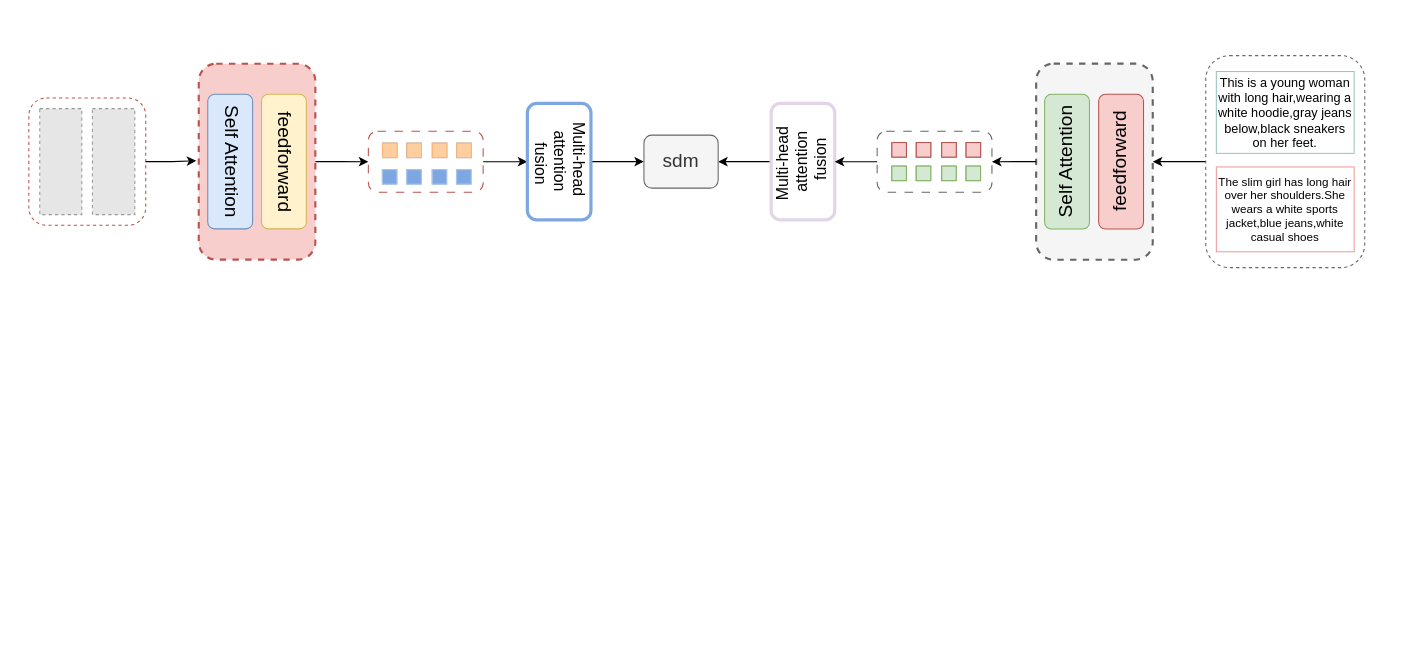
This is 11.21mulview.drawio from CZYdeGithub/drawio, a draw.io file, before an edit. Source tidied: cells renumbered, new cells numbered last; positions are measured from the earlier drawing's top-left corner, leaving out a move shared by most shapes. Both pictures are drawn from the tidied source at 106%, with x=0, y=0 at pixel (29, 45). Pictures stored in the file or linked from it are replaced by grey dashed boxes.
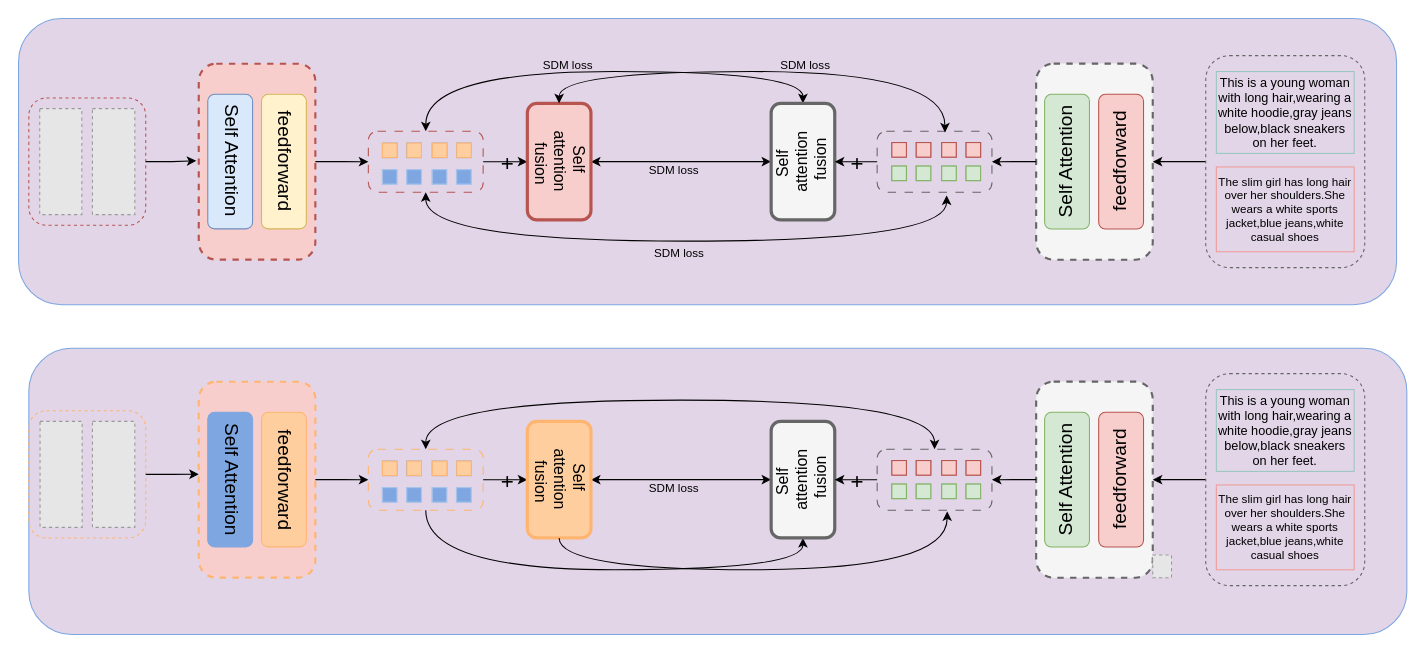
The same page after the edit.

The change refers to these unchanged cells:
```xml
<mxCell id="2" style="edgeStyle=orthogonalEdgeStyle;rounded=0;jettySize=auto;html=1;exitX=1;exitY=0.5;exitDx=0;exitDy=0;entryX=1;entryY=0.5;entryDx=0;entryDy=0;" parent="1" edge="1" source="3" target="7">
  <mxGeometry relative="1" as="geometry" />
</mxCell>
<mxCell id="3" style="rounded=1;whiteSpace=wrap;html=1;fillColor=none;strokeColor=#b85450;dashed=1;dashPattern=8 8;" parent="1" vertex="1">
  <mxGeometry x="320" y="81.3" width="108.3" height="57.5" as="geometry" />
</mxCell>
<mxCell id="42" style="edgeStyle=orthogonalEdgeStyle;rounded=0;jettySize=auto;html=1;exitX=0;exitY=0.5;exitDx=0;exitDy=0;entryX=0;entryY=0.5;entryDx=0;entryDy=0;" parent="1" edge="1" source="43" target="9">
  <mxGeometry relative="1" as="geometry" />
</mxCell>
<mxCell id="43" style="rounded=1;whiteSpace=wrap;html=1;fillColor=none;strokeColor=#666666;dashed=1;dashPattern=8 8;" parent="1" vertex="1">
  <mxGeometry x="800" y="81.3" width="108.3" height="57.5" as="geometry" />
</mxCell>
```

The edit, as a diff of the source:
```diff
@@
+    <mxCell id="62" style="rounded=1;whiteSpace=wrap;html=1;fillColor=#E1D5E7;strokeColor=#7EA6E0;" parent="1" vertex="1">
+      <mxGeometry x="-10" y="-25" width="1300" height="270" as="geometry" />
+    </mxCell>
@@
+    <mxCell id="63" value="+" style="edgeLabel;html=1;align=center;verticalAlign=middle;fontSize=21;labelBackgroundColor=none;" parent="2" vertex="1">
+      <mxGeometry x="0.07" y="-2" relative="1" as="geometry">
+        <mxPoint y="-2" as="offset" />
+      </mxGeometry>
+    </mxCell>
+    <mxCell id="64" style="edgeStyle=orthogonalEdgeStyle;rounded=0;jettySize=auto;html=1;exitX=0.5;exitY=0;exitDx=0;exitDy=0;entryX=0.5;entryY=1;entryDx=0;entryDy=0;curved=1;startArrow=classic;startFill=1;" parent="1" edge="1" source="3" target="9">
+      <mxGeometry relative="1" as="geometry">
+        <Array as="points">
+          <mxPoint x="374" y="25" />
+          <mxPoint x="730" y="25" />
+        </Array>
+      </mxGeometry>
+    </mxCell>
+    <mxCell id="65" value="SDM loss" style="edgeLabel;html=1;align=center;verticalAlign=middle;labelBackgroundColor=none;" parent="64" vertex="1">
+      <mxGeometry x="-0.14" relative="1" as="geometry">
+        <mxPoint y="-7" as="offset" />
+      </mxGeometry>
+    </mxCell>
@@
-    <mxCell id="6" style="edgeStyle=orthogonalEdgeStyle;rounded=0;jettySize=auto;html=1;exitX=0;exitY=0.5;exitDx=0;exitDy=0;entryX=0;entryY=0.5;entryDx=0;entryDy=0;" parent="1" edge="1" source="7" target="10">
-      <mxGeometry relative="1" as="geometry" />
-    </mxCell>
+    <mxCell id="66" style="edgeStyle=orthogonalEdgeStyle;rounded=0;jettySize=auto;html=1;exitX=0;exitY=0.5;exitDx=0;exitDy=0;entryX=1;entryY=0.5;entryDx=0;entryDy=0;startArrow=classic;startFill=1;" parent="1" edge="1" source="7" target="9">
+      <mxGeometry relative="1" as="geometry" />
+    </mxCell>
+    <mxCell id="67" value="SDM loss" style="edgeLabel;html=1;align=center;verticalAlign=middle;labelBackgroundColor=none;" parent="66" vertex="1">
+      <mxGeometry x="-0.1" y="-1" relative="1" as="geometry">
+        <mxPoint y="6" as="offset" />
+      </mxGeometry>
+    </mxCell>
-    <mxCell id="7" value="Multi-head&amp;nbsp;&lt;div style=&quot;font-size: 15px;&quot;&gt;attention&lt;/div&gt;&lt;div style=&quot;font-size: 15px;&quot;&gt;&amp;nbsp;fusion&lt;/div&gt;" style="rounded=1;whiteSpace=wrap;html=1;direction=west;textDirection=vertical-rl;fontSize=15;strokeColor=#7EA6E0;strokeWidth=3;" parent="1" vertex="1">
+    <mxCell id="7" value="Self&amp;nbsp;&lt;div style=&quot;font-size: 15px;&quot;&gt;attention&lt;/div&gt;&lt;div style=&quot;font-size: 15px;&quot;&gt;&amp;nbsp;fusion&lt;/div&gt;" style="rounded=1;whiteSpace=wrap;html=1;direction=west;textDirection=vertical-rl;fontSize=15;strokeColor=#b85450;strokeWidth=3;fillColor=#f8cecc;" parent="1" vertex="1">
       <mxGeometry x="470" y="55" width="60" height="110" as="geometry" />
     </mxCell>
-    <mxCell id="8" style="edgeStyle=orthogonalEdgeStyle;rounded=0;jettySize=auto;html=1;exitX=1;exitY=0.5;exitDx=0;exitDy=0;entryX=1;entryY=0.5;entryDx=0;entryDy=0;" parent="1" edge="1" source="9" target="10">
-      <mxGeometry relative="1" as="geometry" />
-    </mxCell>
-    <mxCell id="9" value="Multi-head&amp;nbsp;&lt;div style=&quot;font-size: 15px;&quot;&gt;attention&lt;/div&gt;&lt;div style=&quot;font-size: 15px;&quot;&gt;&amp;nbsp;fusion&lt;/div&gt;" style="rounded=1;whiteSpace=wrap;html=1;direction=east;textDirection=vertical-rl;fontSize=15;strokeColor=#E1D5E7;flipV=1;flipH=1;rotation=-180;strokeWidth=3;" parent="1" vertex="1">
+    <mxCell id="9" value="Self&amp;nbsp;&lt;div style=&quot;font-size: 15px;&quot;&gt;attention&lt;/div&gt;&lt;div style=&quot;font-size: 15px;&quot;&gt;&amp;nbsp;fusion&lt;/div&gt;" style="rounded=1;whiteSpace=wrap;html=1;direction=east;textDirection=vertical-rl;fontSize=15;strokeColor=#666666;flipV=1;flipH=1;rotation=-180;strokeWidth=3;fillColor=#f5f5f5;" parent="1" vertex="1">
       <mxGeometry x="700" y="55" width="60" height="110" as="geometry" />
     </mxCell>
-    <mxCell id="10" value="sdm" style="rounded=1;whiteSpace=wrap;html=1;fillColor=#f5f5f5;fontColor=#333333;strokeColor=#666666;strokeWidth=1;align=center;verticalAlign=middle;fontFamily=Helvetica;fontSize=18;" parent="1" vertex="1">
-      <mxGeometry x="580" y="85" width="70" height="50" as="geometry" />
-    </mxCell>
@@
+    <mxCell id="68" value="+" style="edgeLabel;html=1;align=center;verticalAlign=middle;fontSize=21;labelBackgroundColor=none;" parent="42" vertex="1">
+      <mxGeometry x="0.1" relative="1" as="geometry">
+        <mxPoint x="2" as="offset" />
+      </mxGeometry>
+    </mxCell>
@@
+    <mxCell id="69" style="edgeStyle=orthogonalEdgeStyle;rounded=0;jettySize=auto;html=1;exitX=0.5;exitY=1;exitDx=0;exitDy=0;entryX=0.605;entryY=1.053;entryDx=0;entryDy=0;entryPerimeter=0;curved=1;startArrow=classic;startFill=1;" parent="1" edge="1" source="3" target="43">
+      <mxGeometry relative="1" as="geometry">
+        <Array as="points">
+          <mxPoint x="374" y="185" />
+          <mxPoint x="866" y="185" />
+        </Array>
+      </mxGeometry>
+    </mxCell>
+    <mxCell id="70" value="SDM loss" style="edgeLabel;html=1;align=center;verticalAlign=middle;labelBackgroundColor=none;" parent="69" vertex="1">
+      <mxGeometry x="-0.02" y="-2" relative="1" as="geometry">
+        <mxPoint y="8" as="offset" />
+      </mxGeometry>
+    </mxCell>
+    <mxCell id="71" style="edgeStyle=orthogonalEdgeStyle;rounded=0;jettySize=auto;html=1;exitX=0.5;exitY=1;exitDx=0;exitDy=0;entryX=0.591;entryY=0.019;entryDx=0;entryDy=0;entryPerimeter=0;curved=1;startArrow=classic;startFill=1;" parent="1" edge="1" source="7" target="43">
+      <mxGeometry relative="1" as="geometry">
+        <Array as="points">
+          <mxPoint x="500" y="25" />
+          <mxPoint x="864" y="25" />
+        </Array>
+      </mxGeometry>
+    </mxCell>
+    <mxCell id="72" value="SDM loss" style="edgeLabel;html=1;align=center;verticalAlign=middle;labelBackgroundColor=none;" parent="71" vertex="1">
+      <mxGeometry x="0.13" y="-3" relative="1" as="geometry">
+        <mxPoint x="6" y="-10" as="offset" />
+      </mxGeometry>
+    </mxCell>
+    <mxCell id="73" style="rounded=1;whiteSpace=wrap;html=1;fillColor=#E1D5E7;strokeColor=#7EA6E0;" parent="1" vertex="1">
+      <mxGeometry x="-0.3" y="286.1" width="1300" height="270" as="geometry" />
+    </mxCell>
+    <mxCell id="74" style="edgeStyle=orthogonalEdgeStyle;rounded=0;jettySize=auto;html=1;exitX=1;exitY=0.5;exitDx=0;exitDy=0;entryX=1;entryY=0.5;entryDx=0;entryDy=0;" parent="1" edge="1" source="78" target="83">
+      <mxGeometry relative="1" as="geometry" />
+    </mxCell>
+    <mxCell id="75" value="+" style="edgeLabel;html=1;align=center;verticalAlign=middle;fontSize=21;labelBackgroundColor=none;" parent="74" vertex="1">
+      <mxGeometry x="0.07" y="-2" relative="1" as="geometry">
+        <mxPoint y="-2" as="offset" />
+      </mxGeometry>
+    </mxCell>
+    <mxCell id="76" style="edgeStyle=orthogonalEdgeStyle;rounded=0;jettySize=auto;html=1;exitX=0.5;exitY=0;exitDx=0;exitDy=0;entryX=0.5;entryY=0;entryDx=0;entryDy=0;curved=1;startArrow=classic;startFill=1;" parent="1" edge="1" source="78" target="113">
+      <mxGeometry relative="1" as="geometry">
+        <Array as="points">
+          <mxPoint x="374" y="335" />
+          <mxPoint x="854" y="335" />
+        </Array>
+      </mxGeometry>
+    </mxCell>
+    <mxCell id="77" style="edgeStyle=orthogonalEdgeStyle;rounded=0;jettySize=auto;html=1;exitX=0.5;exitY=1;exitDx=0;exitDy=0;entryX=0.5;entryY=0;entryDx=0;entryDy=0;curved=1;" parent="1" edge="1" source="78" target="84">
+      <mxGeometry relative="1" as="geometry">
+        <Array as="points">
+          <mxPoint x="374" y="495" />
+          <mxPoint x="730" y="495" />
+        </Array>
+      </mxGeometry>
+    </mxCell>
+    <mxCell id="78" style="rounded=1;whiteSpace=wrap;html=1;fillColor=none;strokeColor=#FFB570;dashed=1;dashPattern=8 8;" parent="1" vertex="1">
+      <mxGeometry x="320" y="381.3" width="108.3" height="57.5" as="geometry" />
+    </mxCell>
+    <mxCell id="79" style="edgeStyle=orthogonalEdgeStyle;rounded=0;jettySize=auto;html=1;exitX=0;exitY=0.5;exitDx=0;exitDy=0;entryX=1;entryY=0.5;entryDx=0;entryDy=0;" parent="1" edge="1" source="80" target="90">
+      <mxGeometry relative="1" as="geometry" />
+    </mxCell>
+    <mxCell id="80" style="rounded=1;whiteSpace=wrap;html=1;fillColor=none;strokeColor=#666666;dashed=1;" parent="1" vertex="1">
+      <mxGeometry x="1110" y="310" width="150" height="200" as="geometry" />
+    </mxCell>
+    <mxCell id="81" style="edgeStyle=orthogonalEdgeStyle;rounded=0;jettySize=auto;html=1;exitX=0;exitY=0.5;exitDx=0;exitDy=0;entryX=1;entryY=0.5;entryDx=0;entryDy=0;startArrow=classic;startFill=1;" parent="1" edge="1" source="83" target="84">
+      <mxGeometry relative="1" as="geometry" />
+    </mxCell>
+    <mxCell id="82" value="SDM loss" style="edgeLabel;html=1;align=center;verticalAlign=middle;labelBackgroundColor=none;" parent="81" vertex="1">
+      <mxGeometry x="-0.1" y="-1" relative="1" as="geometry">
+        <mxPoint y="6" as="offset" />
+      </mxGeometry>
+    </mxCell>
+    <mxCell id="83" value="Self&amp;nbsp;&lt;div style=&quot;font-size: 15px;&quot;&gt;attention&lt;/div&gt;&lt;div style=&quot;font-size: 15px;&quot;&gt;&amp;nbsp;fusion&lt;/div&gt;" style="rounded=1;whiteSpace=wrap;html=1;direction=west;textDirection=vertical-rl;fontSize=15;strokeColor=#FFB570;strokeWidth=3;fillColor=#ffce9f;" parent="1" vertex="1">
+      <mxGeometry x="470" y="355" width="60" height="110" as="geometry" />
+    </mxCell>
+    <mxCell id="84" value="Self&amp;nbsp;&lt;div style=&quot;font-size: 15px;&quot;&gt;attention&lt;/div&gt;&lt;div style=&quot;font-size: 15px;&quot;&gt;&amp;nbsp;fusion&lt;/div&gt;" style="rounded=1;whiteSpace=wrap;html=1;direction=east;textDirection=vertical-rl;fontSize=15;strokeColor=#666666;flipV=1;flipH=1;rotation=-180;strokeWidth=3;fillColor=#f5f5f5;" parent="1" vertex="1">
+      <mxGeometry x="700" y="355" width="60" height="110" as="geometry" />
+    </mxCell>
+    <mxCell id="85" style="group;" parent="1" vertex="1">
+      <mxGeometry x="160" y="300" width="110" height="220" as="geometry" />
+    </mxCell>
+    <mxCell id="86" style="rounded=1;whiteSpace=wrap;html=1;fillColor=#f8cecc;strokeColor=#FFB570;dashed=1;strokeWidth=2;" parent="85" vertex="1">
+      <mxGeometry y="17.6" width="110" height="184.8" as="geometry" />
+    </mxCell>
+    <mxCell id="87" value="Self Attention" style="rounded=1;whiteSpace=wrap;html=1;textDirection=vertical-lr;fontSize=18;fillColor=#7ea6e0;strokeColor=#7ea6e0;" parent="85" vertex="1">
+      <mxGeometry x="8.5" y="46.5" width="42.3" height="126.9" as="geometry" />
+    </mxCell>
+    <mxCell id="88" value="feedforward" style="rounded=1;whiteSpace=wrap;html=1;textDirection=vertical-lr;fontSize=18;fillColor=#ffce9f;strokeColor=#ffb570;" parent="85" vertex="1">
+      <mxGeometry x="59.2" y="46.5" width="42.3" height="126.9" as="geometry" />
+    </mxCell>
+    <mxCell id="89" style="group;rotation=-180;" parent="1" vertex="1">
+      <mxGeometry x="950" y="317.5" width="110" height="185" as="geometry" />
+    </mxCell>
+    <mxCell id="90" style="rounded=1;whiteSpace=wrap;html=1;fillColor=#f5f5f5;strokeColor=#666666;dashed=1;strokeWidth=2;direction=west;fontColor=#333333;rotation=-180;" parent="89" vertex="1">
+      <mxGeometry width="110" height="185" as="geometry" />
+    </mxCell>
+    <mxCell id="91" value="Self Attention" style="rounded=1;whiteSpace=wrap;html=1;textDirection=vertical-lr;fontSize=18;fillColor=#d5e8d4;strokeColor=#82b366;rotation=-180;" parent="89" vertex="1">
+      <mxGeometry x="8" y="29" width="42.3" height="127.1" as="geometry" />
+    </mxCell>
+    <mxCell id="92" value="feedforward" style="rounded=1;whiteSpace=wrap;html=1;textDirection=vertical-rl;fontSize=18;fillColor=#f8cecc;strokeColor=#b85450;rotation=-180;" parent="89" vertex="1">
+      <mxGeometry x="59" y="29" width="42.3" height="127.1" as="geometry" />
+    </mxCell>
+    <mxCell id="93" value="This is a young woman with long hair,wearing a white hoodie,gray jeans below,black sneakers on her feet." style="text;html=1;align=center;verticalAlign=middle;whiteSpace=wrap;rounded=0;strokeColor=#9AC7BF;fontSize=12;direction=south;" parent="1" vertex="1">
+      <mxGeometry x="1120" y="325" width="130" height="77.2" as="geometry" />
+    </mxCell>
+    <mxCell id="94" value="The slim girl has long hair over her shoulders.She wears a white sports jacket,blue jeans,white casual shoes" style="text;html=1;align=center;verticalAlign=middle;whiteSpace=wrap;rounded=0;strokeColor=#F19C99;fontSize=11;direction=south;" parent="1" vertex="1">
+      <mxGeometry x="1120" y="415" width="130" height="80" as="geometry" />
+    </mxCell>
+    <mxCell id="95" style="whiteSpace=wrap;html=1;direction=west;fillColor=#dae8fc;strokeColor=#7EA6E0;" parent="1" vertex="1">
+      <mxGeometry x="356.3" y="392.5" width="13.7" height="13.7" as="geometry" />
+    </mxCell>
+    <mxCell id="96" style="whiteSpace=wrap;html=1;direction=west;fillColor=#dae8fc;strokeColor=#7EA6E0;" parent="1" vertex="1">
+      <mxGeometry x="333.3" y="392.5" width="13.7" height="13.7" as="geometry" />
+    </mxCell>
+    <mxCell id="97" style="whiteSpace=wrap;html=1;direction=west;fillColor=#dae8fc;strokeColor=#7EA6E0;" parent="1" vertex="1">
+      <mxGeometry x="380.3" y="392.5" width="13.7" height="13.7" as="geometry" />
+    </mxCell>
+    <mxCell id="98" style="whiteSpace=wrap;html=1;direction=west;fillColor=#dae8fc;strokeColor=#7EA6E0;" parent="1" vertex="1">
+      <mxGeometry x="403.3" y="392.5" width="13.7" height="13.7" as="geometry" />
+    </mxCell>
+    <mxCell id="99" style="whiteSpace=wrap;html=1;direction=west;fillColor=#FFCE9F;strokeColor=#FFB570;" parent="1" vertex="1">
+      <mxGeometry x="333.4" y="392.5" width="13.7" height="13.7" as="geometry" />
+    </mxCell>
+    <mxCell id="100" style="whiteSpace=wrap;html=1;direction=west;fillColor=#FFCE9F;strokeColor=#FFB570;" parent="1" vertex="1">
+      <mxGeometry x="380.4" y="392.5" width="13.7" height="13.7" as="geometry" />
+    </mxCell>
+    <mxCell id="101" style="whiteSpace=wrap;html=1;direction=west;fillColor=#FFCE9F;strokeColor=#FFB570;" parent="1" vertex="1">
+      <mxGeometry x="356.4" y="392.5" width="13.7" height="13.7" as="geometry" />
+    </mxCell>
+    <mxCell id="102" style="whiteSpace=wrap;html=1;direction=west;fillColor=#FFCE9F;strokeColor=#FFB570;" parent="1" vertex="1">
+      <mxGeometry x="403.4" y="392.5" width="13.7" height="13.7" as="geometry" />
+    </mxCell>
+    <mxCell id="103" style="whiteSpace=wrap;html=1;direction=west;fillColor=#7EA6E0;strokeColor=#A9C4EB;" parent="1" vertex="1">
+      <mxGeometry x="356.1" y="417.5" width="13.7" height="13.7" as="geometry" />
+    </mxCell>
+    <mxCell id="104" style="whiteSpace=wrap;html=1;direction=west;fillColor=#7EA6E0;strokeColor=#A9C4EB;" parent="1" vertex="1">
+      <mxGeometry x="333.1" y="417.5" width="13.7" height="13.7" as="geometry" />
+    </mxCell>
+    <mxCell id="105" style="whiteSpace=wrap;html=1;direction=west;fillColor=#7EA6E0;strokeColor=#A9C4EB;" parent="1" vertex="1">
+      <mxGeometry x="380.1" y="417.5" width="13.7" height="13.7" as="geometry" />
+    </mxCell>
+    <mxCell id="106" style="whiteSpace=wrap;html=1;direction=west;fillColor=#7EA6E0;strokeColor=#A9C4EB;" parent="1" vertex="1">
+      <mxGeometry x="403.1" y="417.5" width="13.7" height="13.7" as="geometry" />
+    </mxCell>
+    <mxCell id="107" style="whiteSpace=wrap;html=1;direction=west;fillColor=#7EA6E0;strokeColor=#A9C4EB;" parent="1" vertex="1">
+      <mxGeometry x="333.3" y="417.5" width="13.7" height="13.7" as="geometry" />
+    </mxCell>
+    <mxCell id="108" style="whiteSpace=wrap;html=1;direction=west;fillColor=#7EA6E0;strokeColor=#A9C4EB;" parent="1" vertex="1">
+      <mxGeometry x="380.3" y="417.5" width="13.7" height="13.7" as="geometry" />
+    </mxCell>
+    <mxCell id="109" style="whiteSpace=wrap;html=1;direction=west;fillColor=#7EA6E0;strokeColor=#A9C4EB;" parent="1" vertex="1">
+      <mxGeometry x="356.3" y="417.5" width="13.7" height="13.7" as="geometry" />
+    </mxCell>
+    <mxCell id="110" style="whiteSpace=wrap;html=1;direction=west;fillColor=#7EA6E0;strokeColor=#A9C4EB;" parent="1" vertex="1">
+      <mxGeometry x="403.3" y="417.5" width="13.7" height="13.7" as="geometry" />
+    </mxCell>
+    <mxCell id="111" style="edgeStyle=orthogonalEdgeStyle;rounded=0;jettySize=auto;html=1;exitX=0;exitY=0.5;exitDx=0;exitDy=0;entryX=0;entryY=0.5;entryDx=0;entryDy=0;" parent="1" edge="1" source="113" target="84">
+      <mxGeometry relative="1" as="geometry" />
+    </mxCell>
+    <mxCell id="112" value="+" style="edgeLabel;html=1;align=center;verticalAlign=middle;fontSize=21;labelBackgroundColor=none;" parent="111" vertex="1">
+      <mxGeometry x="0.1" relative="1" as="geometry">
+        <mxPoint x="2" as="offset" />
+      </mxGeometry>
+    </mxCell>
+    <mxCell id="113" style="rounded=1;whiteSpace=wrap;html=1;fillColor=none;strokeColor=#666666;dashed=1;dashPattern=8 8;" parent="1" vertex="1">
+      <mxGeometry x="800" y="381.3" width="108.3" height="57.5" as="geometry" />
+    </mxCell>
+    <mxCell id="114" style="whiteSpace=wrap;html=1;direction=west;fillColor=#f8cecc;strokeColor=#b85450;" parent="1" vertex="1">
+      <mxGeometry x="836.9" y="392" width="13.7" height="13.7" as="geometry" />
+    </mxCell>
+    <mxCell id="115" style="whiteSpace=wrap;html=1;direction=west;fillColor=#f8cecc;strokeColor=#b85450;" parent="1" vertex="1">
+      <mxGeometry x="813.9" y="392" width="13.7" height="13.7" as="geometry" />
+    </mxCell>
+    <mxCell id="116" style="whiteSpace=wrap;html=1;direction=west;fillColor=#f8cecc;strokeColor=#b85450;" parent="1" vertex="1">
+      <mxGeometry x="860.9" y="392" width="13.7" height="13.7" as="geometry" />
+    </mxCell>
+    <mxCell id="117" style="whiteSpace=wrap;html=1;direction=west;fillColor=#f8cecc;strokeColor=#b85450;" parent="1" vertex="1">
+      <mxGeometry x="883.9" y="392" width="13.7" height="13.7" as="geometry" />
+    </mxCell>
+    <mxCell id="118" style="whiteSpace=wrap;html=1;direction=west;fillColor=#f8cecc;strokeColor=#b85450;" parent="1" vertex="1">
+      <mxGeometry x="813.9" y="392" width="13.7" height="13.7" as="geometry" />
+    </mxCell>
+    <mxCell id="119" style="whiteSpace=wrap;html=1;direction=west;fillColor=#f8cecc;strokeColor=#b85450;" parent="1" vertex="1">
+      <mxGeometry x="860.9" y="392" width="13.7" height="13.7" as="geometry" />
+    </mxCell>
+    <mxCell id="120" style="whiteSpace=wrap;html=1;direction=west;fillColor=#f8cecc;strokeColor=#b85450;" parent="1" vertex="1">
+      <mxGeometry x="836.9" y="392" width="13.7" height="13.7" as="geometry" />
+    </mxCell>
+    <mxCell id="121" style="whiteSpace=wrap;html=1;direction=west;fillColor=#f8cecc;strokeColor=#b85450;" parent="1" vertex="1">
+      <mxGeometry x="883.9" y="392" width="13.7" height="13.7" as="geometry" />
+    </mxCell>
+    <mxCell id="122" style="whiteSpace=wrap;html=1;direction=west;fillColor=#d5e8d4;strokeColor=#82b366;" parent="1" vertex="1">
+      <mxGeometry x="836.8" y="414.2" width="13.7" height="13.7" as="geometry" />
+    </mxCell>
+    <mxCell id="123" style="whiteSpace=wrap;html=1;direction=west;fillColor=#d5e8d4;strokeColor=#82b366;" parent="1" vertex="1">
+      <mxGeometry x="813.8" y="414.2" width="13.7" height="13.7" as="geometry" />
+    </mxCell>
+    <mxCell id="124" style="whiteSpace=wrap;html=1;direction=west;fillColor=#d5e8d4;strokeColor=#82b366;" parent="1" vertex="1">
+      <mxGeometry x="860.8" y="414.2" width="13.7" height="13.7" as="geometry" />
+    </mxCell>
+    <mxCell id="125" style="whiteSpace=wrap;html=1;direction=west;fillColor=#d5e8d4;strokeColor=#82b366;" parent="1" vertex="1">
+      <mxGeometry x="883.8" y="414.2" width="13.7" height="13.7" as="geometry" />
+    </mxCell>
+    <mxCell id="126" style="whiteSpace=wrap;html=1;direction=west;fillColor=#d5e8d4;strokeColor=#82b366;" parent="1" vertex="1">
+      <mxGeometry x="813.9" y="414.2" width="13.7" height="13.7" as="geometry" />
+    </mxCell>
+    <mxCell id="127" style="whiteSpace=wrap;html=1;direction=west;fillColor=#d5e8d4;strokeColor=#82b366;" parent="1" vertex="1">
+      <mxGeometry x="860.9" y="414.2" width="13.7" height="13.7" as="geometry" />
+    </mxCell>
+    <mxCell id="128" style="whiteSpace=wrap;html=1;direction=west;fillColor=#d5e8d4;strokeColor=#82b366;" parent="1" vertex="1">
+      <mxGeometry x="836.9" y="414.2" width="13.7" height="13.7" as="geometry" />
+    </mxCell>
+    <mxCell id="129" style="whiteSpace=wrap;html=1;direction=west;fillColor=#d5e8d4;strokeColor=#82b366;" parent="1" vertex="1">
+      <mxGeometry x="883.9" y="414.2" width="13.7" height="13.7" as="geometry" />
+    </mxCell>
+    <mxCell id="130" style="edgeStyle=orthogonalEdgeStyle;rounded=0;jettySize=auto;html=1;exitX=0;exitY=0.5;exitDx=0;exitDy=0;entryX=1;entryY=0.5;entryDx=0;entryDy=0;" parent="1" edge="1" source="90" target="113">
+      <mxGeometry relative="1" as="geometry" />
+    </mxCell>
+    <mxCell id="131" style="edgeStyle=orthogonalEdgeStyle;rounded=0;jettySize=auto;html=1;exitX=1;exitY=0.5;exitDx=0;exitDy=0;entryX=0;entryY=0.5;entryDx=0;entryDy=0;" parent="1" edge="1" source="86" target="78">
+      <mxGeometry relative="1" as="geometry" />
+    </mxCell>
+    <mxCell id="132" style="group;" parent="1" vertex="1">
+      <mxGeometry x="-0.3" y="345" width="110.3" height="120" as="geometry" />
+    </mxCell>
+    <mxCell id="133" style="fillColor=#E6E6E6;strokeColor=#999999;dashed=1;verticalLabelPosition=bottom;labelBackgroundColor=default;verticalAlign=top;" parent="132" vertex="1">
+      <mxGeometry x="10.6" y="10" width="39.7" height="100" as="geometry" />
+    </mxCell>
+    <mxCell id="134" style="fillColor=#E6E6E6;strokeColor=#999999;dashed=1;verticalLabelPosition=bottom;labelBackgroundColor=default;verticalAlign=top;" parent="132" vertex="1">
+      <mxGeometry x="60" y="10" width="40" height="100" as="geometry" />
+    </mxCell>
+    <mxCell id="135" style="rounded=1;whiteSpace=wrap;html=1;fillColor=none;dashed=1;strokeColor=#FFB570;" parent="132" vertex="1">
+      <mxGeometry width="110.3" height="120" as="geometry" />
+    </mxCell>
+    <mxCell id="136" style="edgeStyle=orthogonalEdgeStyle;rounded=0;jettySize=auto;html=1;exitX=1;exitY=0.5;exitDx=0;exitDy=0;entryX=0;entryY=0.472;entryDx=0;entryDy=0;entryPerimeter=0;" parent="1" edge="1" source="135" target="86">
+      <mxGeometry relative="1" as="geometry" />
+    </mxCell>
+    <mxCell id="137" style="edgeStyle=orthogonalEdgeStyle;rounded=0;jettySize=auto;html=1;exitX=0.5;exitY=0;exitDx=0;exitDy=0;entryX=0.61;entryY=1.02;entryDx=0;entryDy=0;entryPerimeter=0;curved=1;" parent="1" edge="1" source="83" target="113">
+      <mxGeometry relative="1" as="geometry">
+        <Array as="points">
+          <mxPoint x="500" y="495" />
+          <mxPoint x="866" y="495" />
+        </Array>
+      </mxGeometry>
+    </mxCell>
+    <mxCell id="138" style="fillColor=#E6E6E6;strokeColor=#999999;dashed=1;verticalLabelPosition=bottom;labelBackgroundColor=default;verticalAlign=top;" parent="1" vertex="1">
+      <mxGeometry x="1060" y="481" width="17.7" height="21.5" as="geometry" />
+    </mxCell>
```
